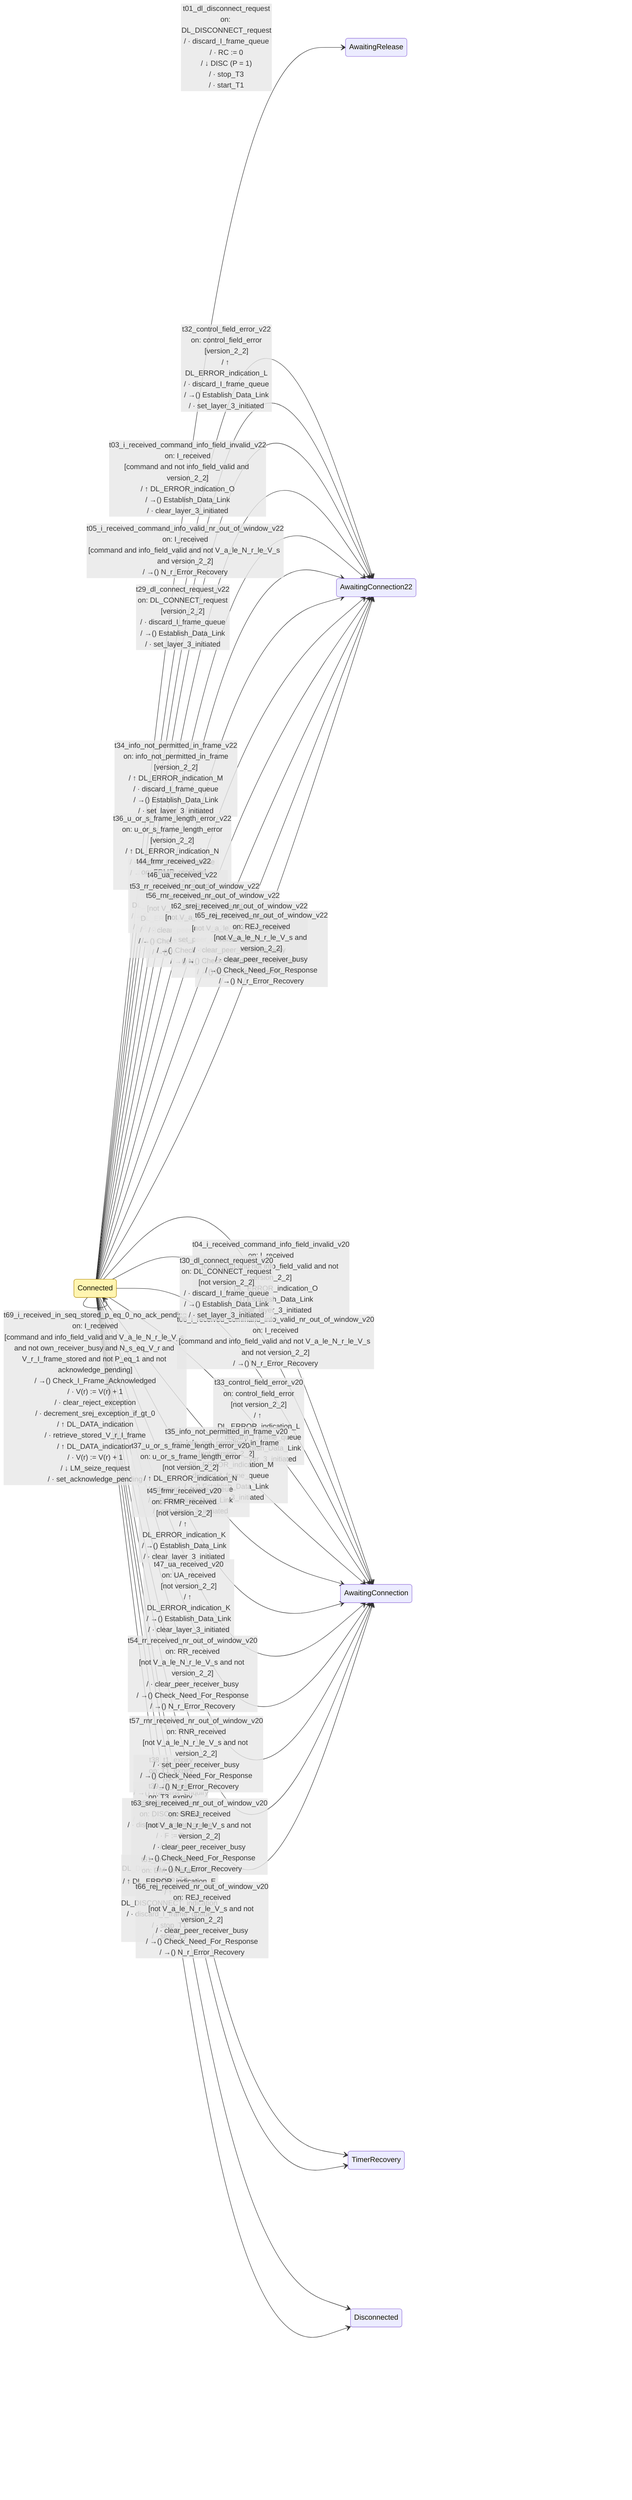
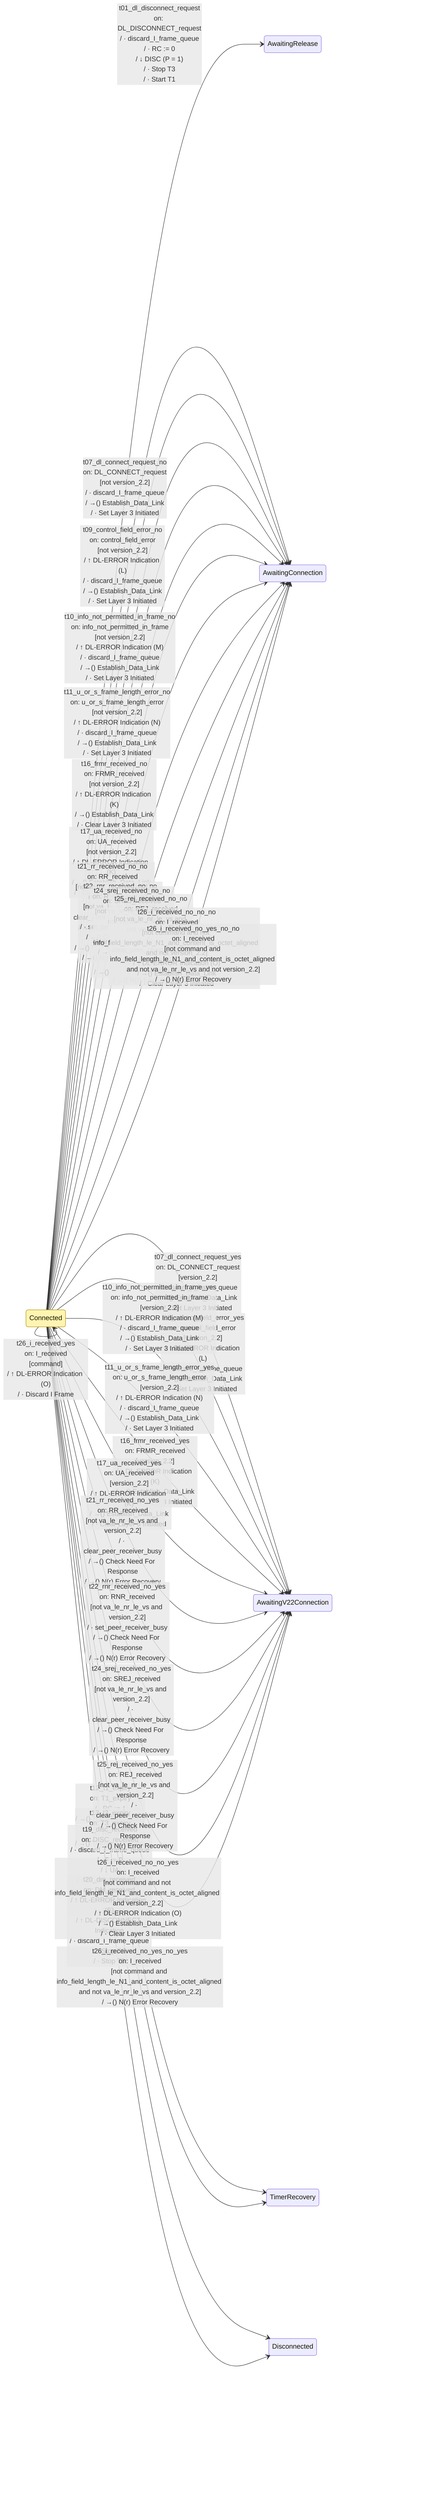
%% This file was produced by codegen/src/Packet.Sdl.CodeGen from spec-sdl/v2.2-errata/data-link/connected.sdl.yaml
%% Do not edit by hand. Run `dotnet run --project codegen/src/Packet.Sdl.CodeGen` to regenerate.
%%
%% Source: ax.25.2.2.4_Oct_25, figure figc4.4
- %% URL: https://raw.githubusercontent.com/packethacking/ax25spec/main/doc/media/figc4.4a.png
%% Coverage: complete
%%
%% Important: this rendering is approximate and intentionally
%% looks nothing like the original SDL figure. It is a machine-
%% generated view of the transitions in the .sdl.yaml — useful
%% for spotting transcription bugs (missing transitions, wrong
%% destination state) but NOT a substitute for reading the spec
%% figure itself. See docs/sdl-primer.md.

stateDiagram-v2
    direction LR

    classDef focal fill:#fff5b1,stroke:#b08800;
    class Connected focal
-     Connected --> AwaitingRelease: t01_dl_disconnect_request<br/>on: DL_DISCONNECT_request<br/>/ · discard_I_frame_queue<br/>/ · RC := 0<br/>/ ↓ DISC (P = 1)<br/>/ · stop_T3<br/>/ · start_T1
-     Connected --> Connected: t02_i_received_not_command<br/>on: I_received<br/>[not command]<br/>/ ↑ DL_ERROR_indication_O<br/>/ · discard_I_frame
-     Connected --> AwaitingConnection22: t03_i_received_command_info_field_invalid_v22<br/>on: I_received<br/>[command and not info_field_valid and version_2_2]<br/>/ ↑ DL_ERROR_indication_O<br/>/ →() Establish_Data_Link<br/>/ · clear_layer_3_initiated
-     Connected --> AwaitingConnection: t04_i_received_command_info_field_invalid_v20<br/>on: I_received<br/>[command and not info_field_valid and not version_2_2]<br/>/ ↑ DL_ERROR_indication_O<br/>/ →() Establish_Data_Link<br/>/ · clear_layer_3_initiated
-     Connected --> AwaitingConnection22: t05_i_received_command_info_valid_nr_out_of_window_v22<br/>on: I_received<br/>[command and info_field_valid and not V_a_le_N_r_le_V_s and version_2_2]<br/>/ →() N_r_Error_Recovery
-     Connected --> AwaitingConnection: t06_i_received_command_info_valid_nr_out_of_window_v20<br/>on: I_received<br/>[command and info_field_valid and not V_a_le_N_r_le_V_s and not version_2_2]<br/>/ →() N_r_Error_Recovery
-     Connected --> Connected: t07_i_received_own_busy_p_eq_1<br/>on: I_received<br/>[command and info_field_valid and V_a_le_N_r_le_V_s and own_receiver_busy and P_eq_1]<br/>/ →() Check_I_Frame_Acknowledged<br/>/ · discard_contents_of_I_frame<br/>/ · F := 1<br/>/ · N(r) := V(r)<br/>/ ↓ RR<br/>/ · clear_acknowledge_pending
-     Connected --> Connected: t08_i_received_own_busy_p_eq_0<br/>on: I_received<br/>[command and info_field_valid and V_a_le_N_r_le_V_s and own_receiver_busy and not P_eq_1]<br/>/ →() Check_I_Frame_Acknowledged<br/>/ · discard_contents_of_I_frame
-     Connected --> Connected: t09_i_received_in_seq_no_stored_p_eq_1<br/>on: I_received<br/>[command and info_field_valid and V_a_le_N_r_le_V_s and not own_receiver_busy and N_s_eq_V_r and not V_r_I_frame_stored and P_eq_1]<br/>/ →() Check_I_Frame_Acknowledged<br/>/ · V(r) := V(r) + 1<br/>/ · clear_reject_exception<br/>/ · decrement_srej_exception_if_gt_0<br/>/ ↑ DL_DATA_indication<br/>/ · F := 1<br/>/ · N(r) := V(r)<br/>/ ↓ RR<br/>/ · clear_acknowledge_pending
-     Connected --> Connected: t10_i_received_in_seq_no_stored_p_eq_0_ack_pending<br/>on: I_received<br/>[command and info_field_valid and V_a_le_N_r_le_V_s and not own_receiver_busy and N_s_eq_V_r and not V_r_I_frame_stored and not P_eq_1 and acknowledge_pending]<br/>/ →() Check_I_Frame_Acknowledged<br/>/ · V(r) := V(r) + 1<br/>/ · clear_reject_exception<br/>/ · decrement_srej_exception_if_gt_0<br/>/ ↑ DL_DATA_indication
-     Connected --> Connected: t11_i_received_in_seq_no_stored_p_eq_0_no_ack_pending<br/>on: I_received<br/>[command and info_field_valid and V_a_le_N_r_le_V_s and not own_receiver_busy and N_s_eq_V_r and not V_r_I_frame_stored and not P_eq_1 and not acknowledge_pending]<br/>/ →() Check_I_Frame_Acknowledged<br/>/ · V(r) := V(r) + 1<br/>/ · clear_reject_exception<br/>/ · decrement_srej_exception_if_gt_0<br/>/ ↑ DL_DATA_indication<br/>/ ↓ LM_seize_request<br/>/ · set_acknowledge_pending
-     Connected --> Connected: t12_i_received_out_of_seq_reject_exception_p_eq_1<br/>on: I_received<br/>[command and info_field_valid and V_a_le_N_r_le_V_s and not own_receiver_busy and not N_s_eq_V_r and reject_exception and P_eq_1]<br/>/ →() Check_I_Frame_Acknowledged<br/>/ · discard_contents_of_I_frame<br/>/ · F := 1<br/>/ · N(r) := V(r)<br/>/ ↓ RR<br/>/ · clear_acknowledge_pending
-     Connected --> Connected: t13_i_received_out_of_seq_reject_exception_p_eq_0<br/>on: I_received<br/>[command and info_field_valid and V_a_le_N_r_le_V_s and not own_receiver_busy and not N_s_eq_V_r and reject_exception and not P_eq_1]<br/>/ →() Check_I_Frame_Acknowledged<br/>/ · discard_contents_of_I_frame
-     Connected --> Connected: t14_i_received_out_of_seq_srej_enabled_no_excep_in_range<br/>on: I_received<br/>[command and info_field_valid and V_a_le_N_r_le_V_s and not own_receiver_busy and not N_s_eq_V_r and not reject_exception and srej_enabled and not srej_exception_gt_0 and not N_s_gt_V_r_plus_1]<br/>/ →() Check_I_Frame_Acknowledged<br/>/ · save_contents_of_I_frame<br/>/ · N(r) := V(r)<br/>/ · F := 1<br/>/ · increment_srej_exception<br/>/ ↓ SREJ
-     Connected --> Connected: t15_i_received_out_of_seq_srej_enabled_no_excep_far_skip<br/>on: I_received<br/>[command and info_field_valid and V_a_le_N_r_le_V_s and not own_receiver_busy and not N_s_eq_V_r and not reject_exception and srej_enabled and not srej_exception_gt_0 and N_s_gt_V_r_plus_1]<br/>/ →() Check_I_Frame_Acknowledged<br/>/ · save_contents_of_I_frame<br/>/ · discard_contents_of_I_frame<br/>/ · set_reject_exception<br/>/ · F := P<br/>/ · N(r) := V(r)<br/>/ ↓ REJ<br/>/ · clear_acknowledge_pending
-     Connected --> Connected: t16_i_received_out_of_seq_srej_enabled_existing_excep<br/>on: I_received<br/>[command and info_field_valid and V_a_le_N_r_le_V_s and not own_receiver_busy and not N_s_eq_V_r and not reject_exception and srej_enabled and srej_exception_gt_0]<br/>/ →() Check_I_Frame_Acknowledged<br/>/ · save_contents_of_I_frame<br/>/ · N(r) := N(s)<br/>/ · F := 0<br/>/ · increment_srej_exception<br/>/ ↓ SREJ
-     Connected --> Connected: t17_i_received_out_of_seq_srej_disabled<br/>on: I_received<br/>[command and info_field_valid and V_a_le_N_r_le_V_s and not own_receiver_busy and not N_s_eq_V_r and not reject_exception and not srej_enabled]<br/>/ →() Check_I_Frame_Acknowledged<br/>/ · discard_contents_of_I_frame<br/>/ · set_reject_exception<br/>/ · F := P<br/>/ · N(r) := V(r)<br/>/ ↓ REJ<br/>/ · clear_acknowledge_pending
-     Connected --> Connected: t18_dl_data_request<br/>on: DL_DATA_request<br/>/ ⇢ push_on_I_frame_queue
-     Connected --> Connected: t19_i_frame_pops_off_queue_send_now_t1_running<br/>on: I_frame_pops_off_queue<br/>[not peer_receiver_busy and not V_s_eq_V_a_plus_k and T1_running]<br/>/ · N(s) := V(s)<br/>/ · N(r) := V(r)<br/>/ · p := 0<br/>/ ↓ I_command<br/>/ · V(s) := V(s) + 1<br/>/ · clear_acknowledge_pending
-     Connected --> Connected: t20_i_frame_pops_off_queue_send_now_t1_not_running<br/>on: I_frame_pops_off_queue<br/>[not peer_receiver_busy and not V_s_eq_V_a_plus_k and not T1_running]<br/>/ · N(s) := V(s)<br/>/ · N(r) := V(r)<br/>/ · p := 0<br/>/ ↓ I_command<br/>/ · V(s) := V(s) + 1<br/>/ · clear_acknowledge_pending<br/>/ · stop_T3<br/>/ · start_T1
-     Connected --> Connected: t21_i_frame_pops_off_queue_window_full<br/>on: I_frame_pops_off_queue<br/>[not peer_receiver_busy and V_s_eq_V_a_plus_k]<br/>/ ⇢ push_on_I_frame_queue
-     Connected --> Connected: t22_i_frame_pops_off_queue_peer_busy<br/>on: I_frame_pops_off_queue<br/>[peer_receiver_busy]<br/>/ ⇢ push_on_I_frame_queue
-     Connected --> Connected: t23_dl_unit_data_request<br/>on: DL_UNIT_DATA_request<br/>/ ↓ UI_command
-     Connected --> Connected: t24_dl_flow_off_when_not_busy<br/>on: DL_FLOW_OFF_request<br/>[own_receiver_busy]<br/>/ · set_own_receiver_busy<br/>/ ↓ RNR_response<br/>/ · clear_acknowledge_pending
-     Connected --> Connected: t25_dl_flow_off_when_already_busy<br/>on: DL_FLOW_OFF_request<br/>[not own_receiver_busy]
-     Connected --> Connected: t26_dl_flow_on_when_busy_and_t1_not_running<br/>on: DL_FLOW_ON_request<br/>[own_receiver_busy and not T1_running]<br/>/ · clear_own_receiver_busy<br/>/ ↓ RR_command<br/>/ · clear_acknowledge_pending<br/>/ · stop_T3<br/>/ · start_T1
-     Connected --> Connected: t27_dl_flow_on_when_busy_and_t1_running<br/>on: DL_FLOW_ON_request<br/>[own_receiver_busy and T1_running]<br/>/ · clear_own_receiver_busy<br/>/ ↓ RR_command<br/>/ · clear_acknowledge_pending
-     Connected --> Connected: t28_dl_flow_on_when_not_busy<br/>on: DL_FLOW_ON_request<br/>[not own_receiver_busy]
-     Connected --> AwaitingConnection22: t29_dl_connect_request_v22<br/>on: DL_CONNECT_request<br/>[version_2_2]<br/>/ · discard_I_frame_queue<br/>/ →() Establish_Data_Link<br/>/ · set_layer_3_initiated
-     Connected --> AwaitingConnection: t30_dl_connect_request_v20<br/>on: DL_CONNECT_request<br/>[not version_2_2]<br/>/ · discard_I_frame_queue<br/>/ →() Establish_Data_Link<br/>/ · set_layer_3_initiated
-     Connected --> Connected: t31_all_other_primitives_from_lower_layer<br/>on: all_other_primitives__from_lower_layer
-     Connected --> AwaitingConnection22: t32_control_field_error_v22<br/>on: control_field_error<br/>[version_2_2]<br/>/ ↑ DL_ERROR_indication_L<br/>/ · discard_I_frame_queue<br/>/ →() Establish_Data_Link<br/>/ · set_layer_3_initiated
-     Connected --> AwaitingConnection: t33_control_field_error_v20<br/>on: control_field_error<br/>[not version_2_2]<br/>/ ↑ DL_ERROR_indication_L<br/>/ · discard_I_frame_queue<br/>/ →() Establish_Data_Link<br/>/ · set_layer_3_initiated
-     Connected --> AwaitingConnection22: t34_info_not_permitted_in_frame_v22<br/>on: info_not_permitted_in_frame<br/>[version_2_2]<br/>/ ↑ DL_ERROR_indication_M<br/>/ · discard_I_frame_queue<br/>/ →() Establish_Data_Link<br/>/ · set_layer_3_initiated
-     Connected --> AwaitingConnection: t35_info_not_permitted_in_frame_v20<br/>on: info_not_permitted_in_frame<br/>[not version_2_2]<br/>/ ↑ DL_ERROR_indication_M<br/>/ · discard_I_frame_queue<br/>/ →() Establish_Data_Link<br/>/ · set_layer_3_initiated
-     Connected --> AwaitingConnection22: t36_u_or_s_frame_length_error_v22<br/>on: u_or_s_frame_length_error<br/>[version_2_2]<br/>/ ↑ DL_ERROR_indication_N<br/>/ · discard_I_frame_queue<br/>/ →() Establish_Data_Link<br/>/ · set_layer_3_initiated
-     Connected --> AwaitingConnection: t37_u_or_s_frame_length_error_v20<br/>on: u_or_s_frame_length_error<br/>[not version_2_2]<br/>/ ↑ DL_ERROR_indication_N<br/>/ · discard_I_frame_queue<br/>/ →() Establish_Data_Link<br/>/ · set_layer_3_initiated
-     Connected --> TimerRecovery: t38_t1_expiry<br/>on: T1_expiry<br/>/ · RC := 1<br/>/ →() Transmit_Enquiry
-     Connected --> TimerRecovery: t39_t3_expiry<br/>on: T3_expiry<br/>/ · RC := 1<br/>/ →() Transmit_Enquiry
-     Connected --> Connected: t40_sabm_received_vs_neq_va<br/>on: SABM_received<br/>[not V_s_eq_V_a]<br/>/ · F := P<br/>/ · set_version_2_0<br/>/ ↓ UA<br/>/ →() Clear_Exception_Conditions<br/>/ ↑ DL_ERROR_indication_F<br/>/ · discard_I_frame_queue<br/>/ ↑ DL_CONNECT_indication<br/>/ · stop_T1<br/>/ · start_T3<br/>/ · V(a) := 0<br/>/ · V(s) := 0<br/>/ · V(r) := 0<br/>/ · RC := 0
-     Connected --> Connected: t41_sabm_received_vs_eq_va<br/>on: SABM_received<br/>[V_s_eq_V_a]<br/>/ · F := P<br/>/ · set_version_2_0<br/>/ ↓ UA<br/>/ →() Clear_Exception_Conditions<br/>/ ↑ DL_ERROR_indication_F<br/>/ · stop_T1<br/>/ · start_T3<br/>/ · V(a) := 0<br/>/ · V(s) := 0<br/>/ · V(r) := 0<br/>/ · RC := 0
-     Connected --> Connected: t42_sabme_received_vs_neq_va<br/>on: SABME_received<br/>[not V_s_eq_V_a]<br/>/ · F := P<br/>/ · set_version_2_2<br/>/ ↓ UA<br/>/ →() Clear_Exception_Conditions<br/>/ ↑ DL_ERROR_indication_F<br/>/ · discard_I_frame_queue<br/>/ ↑ DL_CONNECT_indication<br/>/ · stop_T1<br/>/ · start_T3<br/>/ · V(a) := 0<br/>/ · V(s) := 0<br/>/ · V(r) := 0<br/>/ · RC := 0
-     Connected --> Connected: t43_sabme_received_vs_eq_va<br/>on: SABME_received<br/>[V_s_eq_V_a]<br/>/ · F := P<br/>/ · set_version_2_2<br/>/ ↓ UA<br/>/ →() Clear_Exception_Conditions<br/>/ ↑ DL_ERROR_indication_F<br/>/ · stop_T1<br/>/ · start_T3<br/>/ · V(a) := 0<br/>/ · V(s) := 0<br/>/ · V(r) := 0<br/>/ · RC := 0
-     Connected --> AwaitingConnection22: t44_frmr_received_v22<br/>on: FRMR_received<br/>[version_2_2]<br/>/ ↑ DL_ERROR_indication_K<br/>/ →() Establish_Data_Link<br/>/ · clear_layer_3_initiated
-     Connected --> AwaitingConnection: t45_frmr_received_v20<br/>on: FRMR_received<br/>[not version_2_2]<br/>/ ↑ DL_ERROR_indication_K<br/>/ →() Establish_Data_Link<br/>/ · clear_layer_3_initiated
-     Connected --> AwaitingConnection22: t46_ua_received_v22<br/>on: UA_received<br/>[version_2_2]<br/>/ ↑ DL_ERROR_indication_K<br/>/ →() Establish_Data_Link<br/>/ · clear_layer_3_initiated
-     Connected --> AwaitingConnection: t47_ua_received_v20<br/>on: UA_received<br/>[not version_2_2]<br/>/ ↑ DL_ERROR_indication_K<br/>/ →() Establish_Data_Link<br/>/ · clear_layer_3_initiated
-     Connected --> Connected: t48_ui_received_p_eq_0<br/>on: UI_received<br/>[not P_eq_1]<br/>/ →() UI_Check
-     Connected --> Connected: t49_ui_received_p_eq_1<br/>on: UI_received<br/>[P_eq_1]<br/>/ →() UI_Check<br/>/ →() Enquiry_Response_F_1
-     Connected --> Disconnected: t50_disc_received<br/>on: DISC_received<br/>/ · discard_I_frame_queue<br/>/ · F := P<br/>/ ↓ UA<br/>/ ↑ DL_DISCONNECT_indication<br/>/ · stop_T3<br/>/ · start_T1
-     Connected --> Disconnected: t51_dm_received<br/>on: DM_received<br/>/ ↑ DL_ERROR_indication_E<br/>/ ↑ DL_DISCONNECT_indication<br/>/ · discard_I_frame_queue<br/>/ · stop_T1<br/>/ · stop_T3
-     Connected --> Connected: t52_rr_received_nr_in_window<br/>on: RR_received<br/>[V_a_le_N_r_le_V_s]<br/>/ · clear_peer_receiver_busy<br/>/ →() Check_Need_For_Response<br/>/ →() Check_I_Frame_Acknowledged
-     Connected --> AwaitingConnection22: t53_rr_received_nr_out_of_window_v22<br/>on: RR_received<br/>[not V_a_le_N_r_le_V_s and version_2_2]<br/>/ · clear_peer_receiver_busy<br/>/ →() Check_Need_For_Response<br/>/ →() N_r_Error_Recovery
-     Connected --> AwaitingConnection: t54_rr_received_nr_out_of_window_v20<br/>on: RR_received<br/>[not V_a_le_N_r_le_V_s and not version_2_2]<br/>/ · clear_peer_receiver_busy<br/>/ →() Check_Need_For_Response<br/>/ →() N_r_Error_Recovery
-     Connected --> Connected: t55_rnr_received_nr_in_window<br/>on: RNR_received<br/>[V_a_le_N_r_le_V_s]<br/>/ · set_peer_receiver_busy<br/>/ →() Check_Need_For_Response<br/>/ →() Check_I_Frame_Acknowledged
-     Connected --> AwaitingConnection22: t56_rnr_received_nr_out_of_window_v22<br/>on: RNR_received<br/>[not V_a_le_N_r_le_V_s and version_2_2]<br/>/ · set_peer_receiver_busy<br/>/ →() Check_Need_For_Response<br/>/ →() N_r_Error_Recovery
-     Connected --> AwaitingConnection: t57_rnr_received_nr_out_of_window_v20<br/>on: RNR_received<br/>[not V_a_le_N_r_le_V_s and not version_2_2]<br/>/ · set_peer_receiver_busy<br/>/ →() Check_Need_For_Response<br/>/ →() N_r_Error_Recovery
-     Connected --> Connected: t58_lm_seize_confirm_no_ack_pending<br/>on: LM_SEIZE_confirm<br/>[not acknowledge_pending]<br/>/ ↓ LM_release_request
-     Connected --> Connected: t59_lm_seize_confirm_ack_pending<br/>on: LM_SEIZE_confirm<br/>[acknowledge_pending]<br/>/ · clear_acknowledge_pending<br/>/ →() Enquiry_Response_F_0<br/>/ ↓ LM_release_request
-     Connected --> Connected: t60_srej_received_nr_in_window_pf_eq_0<br/>on: SREJ_received<br/>[V_a_le_N_r_le_V_s and not P_or_F_eq_1]<br/>/ · clear_peer_receiver_busy<br/>/ →() Check_Need_For_Response<br/>/ · stop_T1<br/>/ · start_T3<br/>/ →() Select_T1_Value<br/>/ ⇢ push_old_I_frame_N_r_on_queue<br/>/ ↓ LM_data_request<br/>/ · stop_T3<br/>/ · start_T1<br/>/ · clear_acknowledge_pending
-     Connected --> Connected: t61_srej_received_nr_in_window_pf_eq_1<br/>on: SREJ_received<br/>[V_a_le_N_r_le_V_s and P_or_F_eq_1]<br/>/ · clear_peer_receiver_busy<br/>/ →() Check_Need_For_Response<br/>/ · V(a) := N(r)<br/>/ · stop_T1<br/>/ · start_T3<br/>/ →() Select_T1_Value<br/>/ ⇢ push_old_I_frame_N_r_on_queue<br/>/ ↓ LM_data_request<br/>/ · stop_T3<br/>/ · start_T1<br/>/ · clear_acknowledge_pending
-     Connected --> AwaitingConnection22: t62_srej_received_nr_out_of_window_v22<br/>on: SREJ_received<br/>[not V_a_le_N_r_le_V_s and version_2_2]<br/>/ · clear_peer_receiver_busy<br/>/ →() Check_Need_For_Response<br/>/ →() N_r_Error_Recovery
-     Connected --> AwaitingConnection: t63_srej_received_nr_out_of_window_v20<br/>on: SREJ_received<br/>[not V_a_le_N_r_le_V_s and not version_2_2]<br/>/ · clear_peer_receiver_busy<br/>/ →() Check_Need_For_Response<br/>/ →() N_r_Error_Recovery
-     Connected --> Connected: t64_rej_received_nr_in_window<br/>on: REJ_received<br/>[V_a_le_N_r_le_V_s]<br/>/ · clear_peer_receiver_busy<br/>/ →() Check_Need_For_Response<br/>/ · V(a) := N(r)<br/>/ · start_T1<br/>/ · stop_T3<br/>/ · clear_acknowledge_pending<br/>/ →() Select_T1_Value<br/>/ →() Invoke_Retransmission
-     Connected --> AwaitingConnection22: t65_rej_received_nr_out_of_window_v22<br/>on: REJ_received<br/>[not V_a_le_N_r_le_V_s and version_2_2]<br/>/ · clear_peer_receiver_busy<br/>/ →() Check_Need_For_Response<br/>/ →() N_r_Error_Recovery
-     Connected --> AwaitingConnection: t66_rej_received_nr_out_of_window_v20<br/>on: REJ_received<br/>[not V_a_le_N_r_le_V_s and not version_2_2]<br/>/ · clear_peer_receiver_busy<br/>/ →() Check_Need_For_Response<br/>/ →() N_r_Error_Recovery
-     Connected --> Connected: t67_i_received_in_seq_stored_p_eq_1<br/>on: I_received<br/>[command and info_field_valid and V_a_le_N_r_le_V_s and not own_receiver_busy and N_s_eq_V_r and V_r_I_frame_stored and P_eq_1]<br/>/ →() Check_I_Frame_Acknowledged<br/>/ · V(r) := V(r) + 1<br/>/ · clear_reject_exception<br/>/ · decrement_srej_exception_if_gt_0<br/>/ ↑ DL_DATA_indication<br/>/ · retrieve_stored_V_r_I_frame<br/>/ ↑ DL_DATA_indication<br/>/ · V(r) := V(r) + 1<br/>/ · F := 1<br/>/ · N(r) := V(r)<br/>/ ↓ RR<br/>/ · clear_acknowledge_pending
-     Connected --> Connected: t68_i_received_in_seq_stored_p_eq_0_ack_pending<br/>on: I_received<br/>[command and info_field_valid and V_a_le_N_r_le_V_s and not own_receiver_busy and N_s_eq_V_r and V_r_I_frame_stored and not P_eq_1 and acknowledge_pending]<br/>/ →() Check_I_Frame_Acknowledged<br/>/ · V(r) := V(r) + 1<br/>/ · clear_reject_exception<br/>/ · decrement_srej_exception_if_gt_0<br/>/ ↑ DL_DATA_indication<br/>/ · retrieve_stored_V_r_I_frame<br/>/ ↑ DL_DATA_indication<br/>/ · V(r) := V(r) + 1
-     Connected --> Connected: t69_i_received_in_seq_stored_p_eq_0_no_ack_pending<br/>on: I_received<br/>[command and info_field_valid and V_a_le_N_r_le_V_s and not own_receiver_busy and N_s_eq_V_r and V_r_I_frame_stored and not P_eq_1 and not acknowledge_pending]<br/>/ →() Check_I_Frame_Acknowledged<br/>/ · V(r) := V(r) + 1<br/>/ · clear_reject_exception<br/>/ · decrement_srej_exception_if_gt_0<br/>/ ↑ DL_DATA_indication<br/>/ · retrieve_stored_V_r_I_frame<br/>/ ↑ DL_DATA_indication<br/>/ · V(r) := V(r) + 1<br/>/ ↓ LM_seize_request<br/>/ · set_acknowledge_pending
+     Connected --> AwaitingRelease: t01_dl_disconnect_request<br/>on: DL_DISCONNECT_request<br/>/ · discard_I_frame_queue<br/>/ · RC := 0<br/>/ ↓ DISC (P = 1)<br/>/ · Stop T3<br/>/ · Start T1
+     Connected --> Connected: t02_dl_data_request<br/>on: DL_DATA_request<br/>/ ⇢ Push on I Frame Queue (note: word order?)
+     Connected --> Connected: t03_i_frame_pops_off_queue_yes<br/>on: I_frame_pops_off_queue<br/>[peer_receiver_busy]<br/>/ ⇢ Push on I Frame Queue
+     Connected --> Connected: t03_i_frame_pops_off_queue_no_yes<br/>on: I_frame_pops_off_queue<br/>[not peer_receiver_busy and vs_eq_va_+_k]<br/>/ ⇢ Push on I Frame Queue
+     Connected --> Connected: t03_i_frame_pops_off_queue_no_no_no<br/>on: I_frame_pops_off_queue<br/>[not peer_receiver_busy and not vs_eq_va_+_k and not T1_running]<br/>/ · N(s) := V(s)<br/>/ · N(r) := V(r)<br/>/ · p := 0<br/>/ ↓ I Command<br/>/ · V(s) := V(s) + 1<br/>/ · Clear Acknowledge Pending<br/>/ · Stop T3<br/>/ · Start T1
+     Connected --> Connected: t03_i_frame_pops_off_queue_no_no_yes<br/>on: I_frame_pops_off_queue<br/>[not peer_receiver_busy and not vs_eq_va_+_k and T1_running]<br/>/ · N(s) := V(s)<br/>/ · N(r) := V(r)<br/>/ · p := 0<br/>/ ↓ I Command<br/>/ · V(s) := V(s) + 1<br/>/ · Clear Acknowledge Pending
+     Connected --> Connected: t04_dl_unit_data_request<br/>on: DL_UNIT_DATA_request<br/>/ ↓ UI Command
+     Connected --> Connected: t05_dl_flow_off_request_yes<br/>on: DL_FLOW_OFF_request<br/>[own_receiver_busy]<br/>/ · Set Own Receiver Busy<br/>/ ↓ RNR Response<br/>/ · Clear Acknowledge Pending
+     Connected --> Connected: t05_dl_flow_off_request_no<br/>on: DL_FLOW_OFF_request<br/>[not own_receiver_busy]
+     Connected --> Connected: t06_dl_flow_on_request_no<br/>on: DL_FLOW_ON_request<br/>[not own_receiver_busy]
+     Connected --> Connected: t06_dl_flow_on_request_yes_yes<br/>on: DL_FLOW_ON_request<br/>[own_receiver_busy and T1_running]<br/>/ · Clear Own Receiver Busy<br/>/ ↓ RR Command<br/>/ · Clear Acknowledge Pending
+     Connected --> Connected: t06_dl_flow_on_request_yes_no<br/>on: DL_FLOW_ON_request<br/>[own_receiver_busy and not T1_running]<br/>/ · Clear Own Receiver Busy<br/>/ ↓ RR Command<br/>/ · Clear Acknowledge Pending<br/>/ · Stop T3<br/>/ · Start T1
+     Connected --> AwaitingConnection: t07_dl_connect_request_no<br/>on: DL_CONNECT_request<br/>[not version_2.2]<br/>/ · discard_I_frame_queue<br/>/ →() Establish_Data_Link<br/>/ · Set Layer 3 Initiated
+     Connected --> AwaitingV22Connection: t07_dl_connect_request_yes<br/>on: DL_CONNECT_request<br/>[version_2.2]<br/>/ · discard_I_frame_queue<br/>/ →() Establish_Data_Link<br/>/ · Set Layer 3 Initiated
+     Connected --> Connected: t08_all_other_primitives__from_lower_layer<br/>on: all_other_primitives__from_lower_layer
+     Connected --> AwaitingConnection: t09_control_field_error_no<br/>on: control_field_error<br/>[not version_2.2]<br/>/ ↑ DL-ERROR Indication (L)<br/>/ · discard_I_frame_queue<br/>/ →() Establish_Data_Link<br/>/ · Set Layer 3 Initiated
+     Connected --> AwaitingV22Connection: t09_control_field_error_yes<br/>on: control_field_error<br/>[version_2.2]<br/>/ ↑ DL-ERROR Indication (L)<br/>/ · discard_I_frame_queue<br/>/ →() Establish_Data_Link<br/>/ · Set Layer 3 Initiated
+     Connected --> AwaitingConnection: t10_info_not_permitted_in_frame_no<br/>on: info_not_permitted_in_frame<br/>[not version_2.2]<br/>/ ↑ DL-ERROR Indication (M)<br/>/ · discard_I_frame_queue<br/>/ →() Establish_Data_Link<br/>/ · Set Layer 3 Initiated
+     Connected --> AwaitingV22Connection: t10_info_not_permitted_in_frame_yes<br/>on: info_not_permitted_in_frame<br/>[version_2.2]<br/>/ ↑ DL-ERROR Indication (M)<br/>/ · discard_I_frame_queue<br/>/ →() Establish_Data_Link<br/>/ · Set Layer 3 Initiated
+     Connected --> AwaitingConnection: t11_u_or_s_frame_length_error_no<br/>on: u_or_s_frame_length_error<br/>[not version_2.2]<br/>/ ↑ DL-ERROR Indication (N)<br/>/ · discard_I_frame_queue<br/>/ →() Establish_Data_Link<br/>/ · Set Layer 3 Initiated
+     Connected --> AwaitingV22Connection: t11_u_or_s_frame_length_error_yes<br/>on: u_or_s_frame_length_error<br/>[version_2.2]<br/>/ ↑ DL-ERROR Indication (N)<br/>/ · discard_I_frame_queue<br/>/ →() Establish_Data_Link<br/>/ · Set Layer 3 Initiated
+     Connected --> TimerRecovery: t12_t1_expiry<br/>on: T1_expiry<br/>/ · RC := 1<br/>/ →() Transmit Enquery
+     Connected --> TimerRecovery: t13_t3_expiry<br/>on: T3_expiry<br/>/ · RC := 1<br/>/ →() Transmit Enquery
+     Connected --> Connected: t14_sabm_received_yes<br/>on: SABM_received<br/>[vs_eq_va]<br/>/ · F := P<br/>/ · set_version_2_0<br/>/ ↓ UA<br/>/ →() Clear Exception Conditions<br/>/ ↑ DL-ERROR Indication (F)<br/>/ · Stop T1<br/>/ · Start T3<br/>/ · V(a) := 0<br/>/ · V(s) := 0<br/>/ · V(r) := 0<br/>/ · RC := 0
+     Connected --> Connected: t14_sabm_received_no<br/>on: SABM_received<br/>[not vs_eq_va]<br/>/ · F := P<br/>/ · set_version_2_0<br/>/ ↓ UA<br/>/ →() Clear Exception Conditions<br/>/ ↑ DL-ERROR Indication (F)<br/>/ · discard_I_frame_queue<br/>/ ↑ DL-CONNECT Indication<br/>/ · Stop T1<br/>/ · Start T3<br/>/ · V(a) := 0<br/>/ · V(s) := 0<br/>/ · V(r) := 0<br/>/ · RC := 0
+     Connected --> Connected: t15_sabme_received_yes<br/>on: SABME_received<br/>[vs_eq_va]<br/>/ · F := P<br/>/ · Set Version 2.2<br/>/ ↓ UA<br/>/ →() Clear Exception Conditions<br/>/ ↑ DL-ERROR Indication (F)<br/>/ · Stop T1<br/>/ · Start T3<br/>/ · V(a) := 0<br/>/ · V(s) := 0<br/>/ · V(r) := 0<br/>/ · RC := 0
+     Connected --> Connected: t15_sabme_received_no<br/>on: SABME_received<br/>[not vs_eq_va]<br/>/ · F := P<br/>/ · Set Version 2.2<br/>/ ↓ UA<br/>/ →() Clear Exception Conditions<br/>/ ↑ DL-ERROR Indication (F)<br/>/ · discard_I_frame_queue<br/>/ ↑ DL-CONNECT Indication<br/>/ · Stop T1<br/>/ · Start T3<br/>/ · V(a) := 0<br/>/ · V(s) := 0<br/>/ · V(r) := 0<br/>/ · RC := 0
+     Connected --> AwaitingConnection: t16_frmr_received_no<br/>on: FRMR_received<br/>[not version_2.2]<br/>/ ↑ DL-ERROR Indication (K)<br/>/ →() Establish_Data_Link<br/>/ · Clear Layer 3 Initiated
+     Connected --> AwaitingV22Connection: t16_frmr_received_yes<br/>on: FRMR_received<br/>[version_2.2]<br/>/ ↑ DL-ERROR Indication (K)<br/>/ →() Establish_Data_Link<br/>/ · Clear Layer 3 Initiated
+     Connected --> AwaitingConnection: t17_ua_received_no<br/>on: UA_received<br/>[not version_2.2]<br/>/ ↑ DL-ERROR Indication (K)<br/>/ →() Establish_Data_Link<br/>/ · Clear Layer 3 Initiated
+     Connected --> AwaitingV22Connection: t17_ua_received_yes<br/>on: UA_received<br/>[version_2.2]<br/>/ ↑ DL-ERROR Indication (K)<br/>/ →() Establish_Data_Link<br/>/ · Clear Layer 3 Initiated
+     Connected --> Connected: t18_ui_received_yes<br/>on: UI_received<br/>[P_eq_1]<br/>/ →() UI Check<br/>/ →() Enquiry_Response_F_1
+     Connected --> Connected: t18_ui_received_no<br/>on: UI_received<br/>[not P_eq_1]<br/>/ →() UI Check
+     Connected --> Disconnected: t19_disc_received<br/>on: DISC_received<br/>/ · discard_I_frame_queue<br/>/ · F := P<br/>/ ↓ UA<br/>/ ↑ DL-DISCONNECT Indication<br/>/ · Stop T3<br/>/ · Start T1
+     Connected --> Disconnected: t20_dm_received<br/>on: DM_received<br/>/ ↑ DL-ERROR Indication (E)<br/>/ ↑ DL-DISCONNECT Indication<br/>/ · discard_I_frame_queue<br/>/ · Stop T1<br/>/ · Stop T3
+     Connected --> Connected: t21_rr_received_yes<br/>on: RR_received<br/>[va_le_nr_le_vs]<br/>/ · clear_peer_receiver_busy<br/>/ →() Check Need For Response<br/>/ →() Check I Frame Acknowledged
+     Connected --> AwaitingConnection: t21_rr_received_no_no<br/>on: RR_received<br/>[not va_le_nr_le_vs and not version_2.2]<br/>/ · clear_peer_receiver_busy<br/>/ →() Check Need For Response<br/>/ →() N(r) Error Recovery
+     Connected --> AwaitingV22Connection: t21_rr_received_no_yes<br/>on: RR_received<br/>[not va_le_nr_le_vs and version_2.2]<br/>/ · clear_peer_receiver_busy<br/>/ →() Check Need For Response<br/>/ →() N(r) Error Recovery
+     Connected --> Connected: t22_rnr_received_yes<br/>on: RNR_received<br/>[va_le_nr_le_vs]<br/>/ · set_peer_receiver_busy<br/>/ →() Check Need For Response<br/>/ →() Check I Frame Acknowledged
+     Connected --> AwaitingConnection: t22_rnr_received_no_no<br/>on: RNR_received<br/>[not va_le_nr_le_vs and not version_2.2]<br/>/ · set_peer_receiver_busy<br/>/ →() Check Need For Response<br/>/ →() N(r) Error Recovery
+     Connected --> AwaitingV22Connection: t22_rnr_received_no_yes<br/>on: RNR_received<br/>[not va_le_nr_le_vs and version_2.2]<br/>/ · set_peer_receiver_busy<br/>/ →() Check Need For Response<br/>/ →() N(r) Error Recovery
+     Connected --> Connected: t23_lm_seize_confirm_yes<br/>on: LM_SEIZE_confirm<br/>[ack_pending]<br/>/ · Clear Acknowledge Pending<br/>/ →() Enquiry Response (F = 0)<br/>/ ↓ LM-RELEASE Request
+     Connected --> Connected: t23_lm_seize_confirm_no<br/>on: LM_SEIZE_confirm<br/>[not ack_pending]<br/>/ ↓ LM-RELEASE Request
+     Connected --> Connected: t24_srej_received_yes_yes<br/>on: SREJ_received<br/>[va_le_nr_le_vs and p/f_eq_1]<br/>/ · clear_peer_receiver_busy<br/>/ →() Check Need For Response<br/>/ · V(a) := N(r)<br/>/ · Stop T1<br/>/ · Start T3<br/>/ →() Select_T1_Value<br/>/ ⇢ Push Old I Frame N(r) on Queue<br/>/ ↓ LM-DATA Request<br/>/ · Stop T3<br/>/ · Start T1<br/>/ · Clear Acknowledge Pending
+     Connected --> Connected: t24_srej_received_yes_no<br/>on: SREJ_received<br/>[va_le_nr_le_vs and not p/f_eq_1]<br/>/ · clear_peer_receiver_busy<br/>/ →() Check Need For Response<br/>/ · Stop T1<br/>/ · Start T3<br/>/ →() Select_T1_Value<br/>/ ⇢ Push Old I Frame N(r) on Queue<br/>/ ↓ LM-DATA Request<br/>/ · Stop T3<br/>/ · Start T1<br/>/ · Clear Acknowledge Pending
+     Connected --> AwaitingConnection: t24_srej_received_no_no<br/>on: SREJ_received<br/>[not va_le_nr_le_vs and not version_2.2]<br/>/ · clear_peer_receiver_busy<br/>/ →() Check Need For Response<br/>/ →() N(r) Error Recovery
+     Connected --> AwaitingV22Connection: t24_srej_received_no_yes<br/>on: SREJ_received<br/>[not va_le_nr_le_vs and version_2.2]<br/>/ · clear_peer_receiver_busy<br/>/ →() Check Need For Response<br/>/ →() N(r) Error Recovery
+     Connected --> AwaitingConnection: t25_rej_received_no_no<br/>on: REJ_received<br/>[not va_le_nr_le_vs and not version_2.2]<br/>/ · clear_peer_receiver_busy<br/>/ →() Check Need For Response<br/>/ →() N(r) Error Recovery
+     Connected --> AwaitingV22Connection: t25_rej_received_no_yes<br/>on: REJ_received<br/>[not va_le_nr_le_vs and version_2.2]<br/>/ · clear_peer_receiver_busy<br/>/ →() Check Need For Response<br/>/ →() N(r) Error Recovery
+     Connected --> Connected: t25_rej_received_yes<br/>on: REJ_received<br/>[va_le_nr_le_vs]<br/>/ · clear_peer_receiver_busy<br/>/ →() Check Need For Response<br/>/ · V(a) := N(r)<br/>/ · Start T1<br/>/ · Stop T3<br/>/ · Clear Acknowledge Pending<br/>/ →() Select_T1_Value<br/>/ →() Invoke Retransmission
+     Connected --> AwaitingConnection: t26_i_received_no_no_no<br/>on: I_received<br/>[not command and not info_field_length_le_N1_and_content_is_octet_aligned and not version_2.2]<br/>/ ↑ DL-ERROR Indication (O)<br/>/ →() Establish_Data_Link<br/>/ · Clear Layer 3 Initiated
+     Connected --> AwaitingV22Connection: t26_i_received_no_no_yes<br/>on: I_received<br/>[not command and not info_field_length_le_N1_and_content_is_octet_aligned and version_2.2]<br/>/ ↑ DL-ERROR Indication (O)<br/>/ →() Establish_Data_Link<br/>/ · Clear Layer 3 Initiated
+     Connected --> AwaitingConnection: t26_i_received_no_yes_no_no<br/>on: I_received<br/>[not command and info_field_length_le_N1_and_content_is_octet_aligned and not va_le_nr_le_vs and not version_2.2]<br/>/ →() N(r) Error Recovery
+     Connected --> AwaitingV22Connection: t26_i_received_no_yes_no_yes<br/>on: I_received<br/>[not command and info_field_length_le_N1_and_content_is_octet_aligned and not va_le_nr_le_vs and version_2.2]<br/>/ →() N(r) Error Recovery
+     Connected --> Connected: t26_i_received_no_yes_yes_no_yes_no_no_no<br/>on: I_received<br/>[not command and info_field_length_le_N1_and_content_is_octet_aligned and va_le_nr_le_vs and not own_receiver_busy and ns_eq_vr and not P_eq_1 and not ack_pending]<br/>/ →() Check_I_Frame_Acknowledged<br/>/ · V(r) := V(r) + 1<br/>/ · Clear Reject Exception<br/>/ · Decrement Sreject Exception if > 0<br/>/ ↑ DL-DATA Indication<br/>/ ↓ LM-SEIZE Request<br/>/ · set_acknowledge_pending
+     Connected --> Connected: t26_i_received_no_yes_yes_no_yes_no_no_yes<br/>on: I_received<br/>[not command and info_field_length_le_N1_and_content_is_octet_aligned and va_le_nr_le_vs and not own_receiver_busy and ns_eq_vr and not P_eq_1 and ack_pending]<br/>/ →() Check_I_Frame_Acknowledged<br/>/ · V(r) := V(r) + 1<br/>/ · Clear Reject Exception<br/>/ · Decrement Sreject Exception if > 0<br/>/ ↑ DL-DATA Indication
+     Connected --> Connected: t26_i_received_no_yes_yes_no_yes_no_yes<br/>on: I_received<br/>[not command and info_field_length_le_N1_and_content_is_octet_aligned and va_le_nr_le_vs and not own_receiver_busy and ns_eq_vr and P_eq_1]<br/>/ →() Check_I_Frame_Acknowledged<br/>/ · V(r) := V(r) + 1<br/>/ · Clear Reject Exception<br/>/ · Decrement Sreject Exception if > 0<br/>/ ↑ DL-DATA Indication<br/>/ · F := 1<br/>/ · N(r) := V(r)<br/>/ ↓ RR<br/>/ · Clear Acknowledge Pending
+     Connected --> Connected: t26_i_received_no_yes_yes_no_no_yes_yes<br/>on: I_received<br/>[not command and info_field_length_le_N1_and_content_is_octet_aligned and va_le_nr_le_vs and not own_receiver_busy and not ns_eq_vr and reject_exception and P_eq_1]<br/>/ →() Check_I_Frame_Acknowledged<br/>/ · Discard Contents of I Frame<br/>/ · F := 1<br/>/ · N(r) := V(r)<br/>/ ↓ RR<br/>/ · Clear Acknowledge Pending
+     Connected --> Connected: t26_i_received_no_yes_yes_no_no_yes_no<br/>on: I_received<br/>[not command and info_field_length_le_N1_and_content_is_octet_aligned and va_le_nr_le_vs and not own_receiver_busy and not ns_eq_vr and reject_exception and not P_eq_1]<br/>/ →() Check_I_Frame_Acknowledged<br/>/ · Discard Contents of I Frame
+     Connected --> Connected: t26_i_received_no_yes_yes_no_no_no_no<br/>on: I_received<br/>[not command and info_field_length_le_N1_and_content_is_octet_aligned and va_le_nr_le_vs and not own_receiver_busy and not ns_eq_vr and not reject_exception and not SREJ_enabled]<br/>/ →() Check_I_Frame_Acknowledged<br/>/ · Discard Contents of I Frame<br/>/ · Set Reject Exception<br/>/ · F := P<br/>/ · N(r) := V(r)<br/>/ ↓ REJ<br/>/ · Clear Acknowledge Pending
+     Connected --> Connected: t26_i_received_no_yes_yes_no_no_no_yes_yes<br/>on: I_received<br/>[not command and info_field_length_le_N1_and_content_is_octet_aligned and va_le_nr_le_vs and not own_receiver_busy and not ns_eq_vr and not reject_exception and SREJ_enabled and sreject_exception_gt_0]<br/>/ →() Check_I_Frame_Acknowledged<br/>/ · Save Contents of I Frame<br/>/ · N(r) := N(s)<br/>/ · F := 0<br/>/ · Increment Sreject Exception<br/>/ ↓ SREJ
+     Connected --> Connected: t26_i_received_no_yes_yes_no_no_no_yes_no_yes<br/>on: I_received<br/>[not command and info_field_length_le_N1_and_content_is_octet_aligned and va_le_nr_le_vs and not own_receiver_busy and not ns_eq_vr and not reject_exception and SREJ_enabled and not sreject_exception_gt_0 and ns_gt_vr_+_1]<br/>/ →() Check_I_Frame_Acknowledged<br/>/ · Save Contents of I Frame<br/>/ · Discard Contents of I Frame<br/>/ · Set Reject Exception<br/>/ · F := P<br/>/ · N(r) := V(r)<br/>/ ↓ REJ<br/>/ · Clear Acknowledge Pending
+     Connected --> Connected: t26_i_received_no_yes_yes_no_no_no_yes_no_no<br/>on: I_received<br/>[not command and info_field_length_le_N1_and_content_is_octet_aligned and va_le_nr_le_vs and not own_receiver_busy and not ns_eq_vr and not reject_exception and SREJ_enabled and not sreject_exception_gt_0 and not ns_gt_vr_+_1]<br/>/ →() Check_I_Frame_Acknowledged<br/>/ · Save Contents of I Frame<br/>/ · N(r) := V(r)<br/>/ · F := 1<br/>/ · Increment Sreject Exception<br/>/ ↓ SREJ
+     Connected --> Connected: t26_i_received_no_yes_yes_yes_yes<br/>on: I_received<br/>[not command and info_field_length_le_N1_and_content_is_octet_aligned and va_le_nr_le_vs and own_receiver_busy and P_eq_1]<br/>/ →() Check_I_Frame_Acknowledged<br/>/ · Discard Contents of I Frame<br/>/ · F := 1<br/>/ · N(r) := V(r)<br/>/ ↓ RR<br/>/ · Clear Acknowledge Pending
+     Connected --> Connected: t26_i_received_no_yes_yes_yes_no<br/>on: I_received<br/>[not command and info_field_length_le_N1_and_content_is_octet_aligned and va_le_nr_le_vs and own_receiver_busy and not P_eq_1]<br/>/ →() Check_I_Frame_Acknowledged<br/>/ · Discard Contents of I Frame
+     Connected --> Connected: t26_i_received_yes<br/>on: I_received<br/>[command]<br/>/ ↑ DL-ERROR Indication (O)<br/>/ · Discard I Frame
